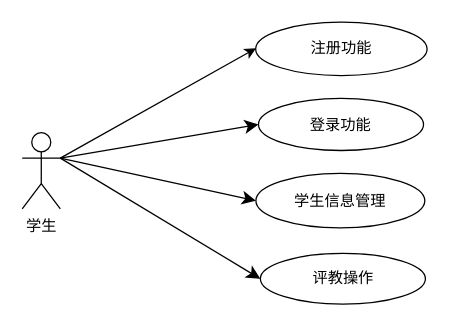
Earlier version of the draw.io diagram page "学生" (2 of 7) of 未命名绘图.drawio (mao-user/2024code). Source tidied: cells renumbered, new cells numbered last; positions are measured from the earlier drawing's top-left corner, leaving out a move shared by most shapes. Both pictures are drawn from the tidied source at 127%, with x=0, y=0 at pixel (22, 22).
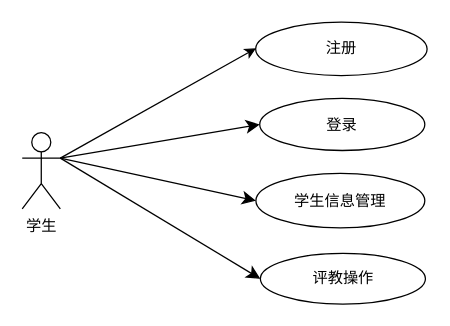
Above is the later version.

Diff of the diagram source:
```diff
@@
 <mxGraphModel>
   <root>
     <mxCell id="0" />
     <mxCell id="1" parent="0" />
     <mxCell id="2" style="edgeStyle=none;curved=1;rounded=0;jettySize=auto;html=1;exitX=1;exitY=0.3333333333333333;exitDx=0;exitDy=0;exitPerimeter=0;entryX=0;entryY=0.5;entryDx=0;entryDy=0;fontSize=12;startSize=8;endSize=8;" parent="1" edge="1" source="6" target="7">
       <mxGeometry relative="1" as="geometry" />
     </mxCell>
     <mxCell id="3" style="edgeStyle=none;curved=1;rounded=0;jettySize=auto;html=1;exitX=1;exitY=0.3333333333333333;exitDx=0;exitDy=0;exitPerimeter=0;entryX=0;entryY=0.5;entryDx=0;entryDy=0;fontSize=12;startSize=8;endSize=8;" parent="1" edge="1" source="6" target="8">
       <mxGeometry relative="1" as="geometry" />
     </mxCell>
     <mxCell id="4" style="edgeStyle=none;curved=1;rounded=0;jettySize=auto;html=1;exitX=1;exitY=0.3333333333333333;exitDx=0;exitDy=0;exitPerimeter=0;entryX=0;entryY=0.5;entryDx=0;entryDy=0;fontSize=12;startSize=8;endSize=8;" parent="1" edge="1" source="6" target="9">
       <mxGeometry relative="1" as="geometry" />
     </mxCell>
     <mxCell id="5" style="edgeStyle=none;rounded=0;jettySize=auto;html=1;exitX=1;exitY=0.3333333333333333;exitDx=0;exitDy=0;exitPerimeter=0;" parent="1" edge="1" source="6">
       <mxGeometry relative="1" as="geometry">
         <mxPoint x="184.1" y="20.5" as="targetPoint" />
       </mxGeometry>
     </mxCell>
     <mxCell id="6" value="学生" style="shape=umlActor;verticalLabelPosition=bottom;verticalAlign=top;html=1;outlineConnect=0;" parent="1" vertex="1">
       <mxGeometry y="87" width="30" height="60" as="geometry" />
     </mxCell>
     <mxCell id="7" value="学生信息管理" style="ellipse;whiteSpace=wrap;html=1;" parent="1" vertex="1">
       <mxGeometry x="184" y="119" width="133" height="43" as="geometry" />
     </mxCell>
     <mxCell id="8" value="评教操作" style="ellipse;whiteSpace=wrap;html=1;" parent="1" vertex="1">
       <mxGeometry x="187.5" y="182" width="130" height="40" as="geometry" />
     </mxCell>
-    <mxCell id="9" value="登录功能" style="ellipse;whiteSpace=wrap;html=1;" parent="1" vertex="1">
-      <mxGeometry x="186" y="60" width="130" height="41" as="geometry" />
+    <mxCell id="9" value="登录" style="ellipse;whiteSpace=wrap;html=1;" parent="1" vertex="1">
+      <mxGeometry x="187" y="60" width="130" height="41" as="geometry" />
     </mxCell>
-    <mxCell id="10" value="注册功能" style="ellipse;whiteSpace=wrap;html=1;" parent="1" vertex="1">
+    <mxCell id="10" value="注册" style="ellipse;whiteSpace=wrap;html=1;" parent="1" vertex="1">
       <mxGeometry x="183.8" width="135" height="42" as="geometry" />
     </mxCell>
   </root>
 </mxGraphModel>
```
